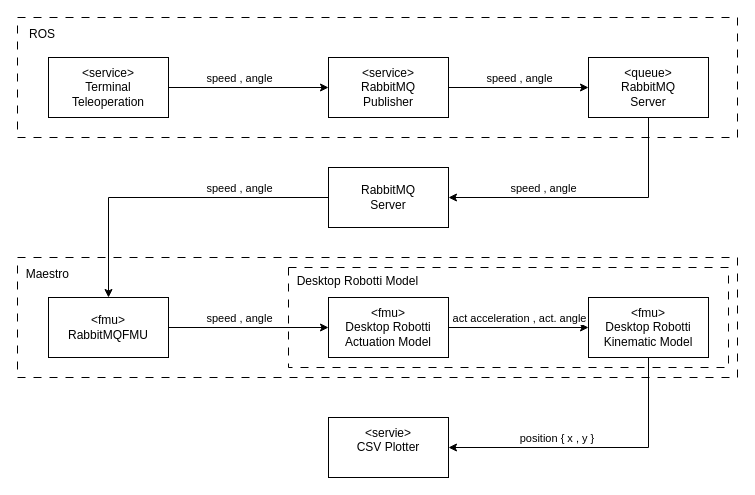
The draw.io diagram digital_twins/drobotti_movement_simulation/movement_simulation.drawio in INTO-CPS-Association/DTaaS-examples, before the edit. Source tidied: cells renumbered, new cells numbered last; positions are measured from the earlier drawing's top-left corner, leaving out a move shared by most shapes. Both pictures are drawn from the tidied source at 100%, with x=0, y=0 at pixel (17, 17).
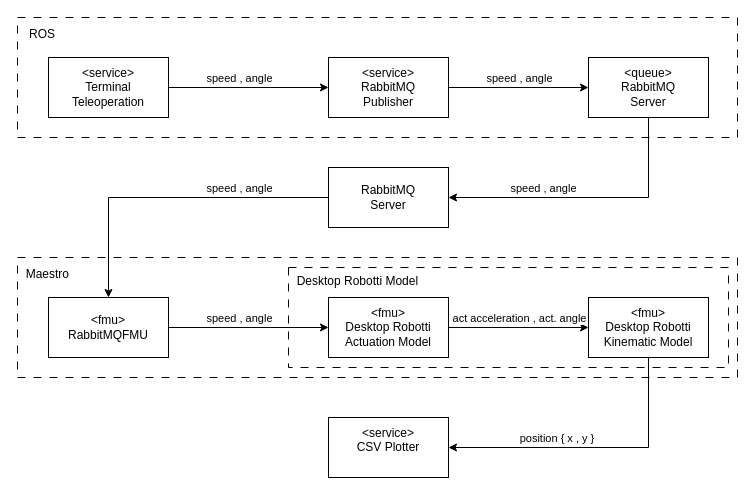
The same diagram, later.

Commit message (it also covers changes not shown here):
Spelling error

Change to the diagram source:
```diff
@@
-    <mxCell id="26" value="&amp;lt;servie&amp;gt;&lt;br&gt;CSV Plotter&lt;div&gt;&lt;br/&gt;&lt;/div&gt;" style="rounded=0;whiteSpace=wrap;html=1;" parent="1" vertex="1">
+    <mxCell id="26" value="&amp;lt;service&amp;gt;&lt;br&gt;CSV Plotter&lt;div&gt;&lt;br&gt;&lt;/div&gt;" style="rounded=0;whiteSpace=wrap;html=1;" parent="1" vertex="1">
       <mxGeometry x="311" y="400" width="120" height="60" as="geometry" />
     </mxCell>
```
